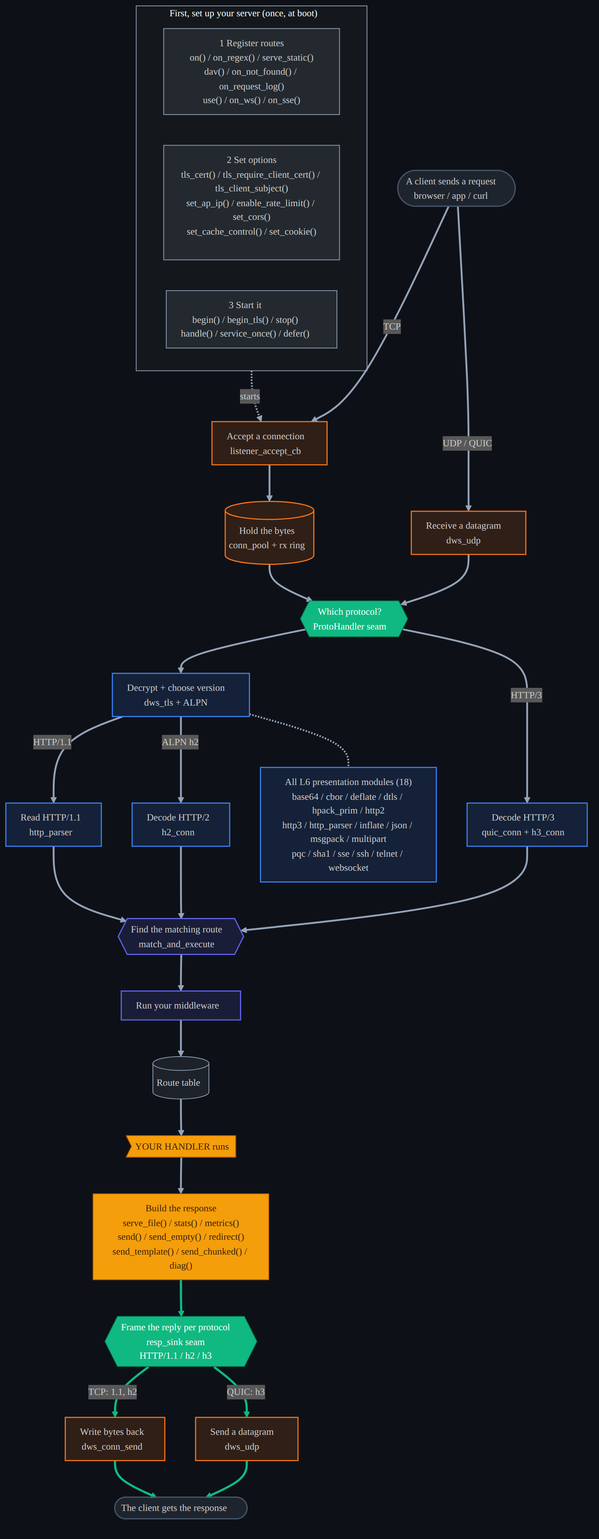
This is docs/diagrams/api_flow_detail.dark.png from dstroy0/DeterministicESPAsyncWebServer, a Mermaid export, as it was before one commit. Its source is kept beside it as docs/diagrams/api_flow_detail.mmd.
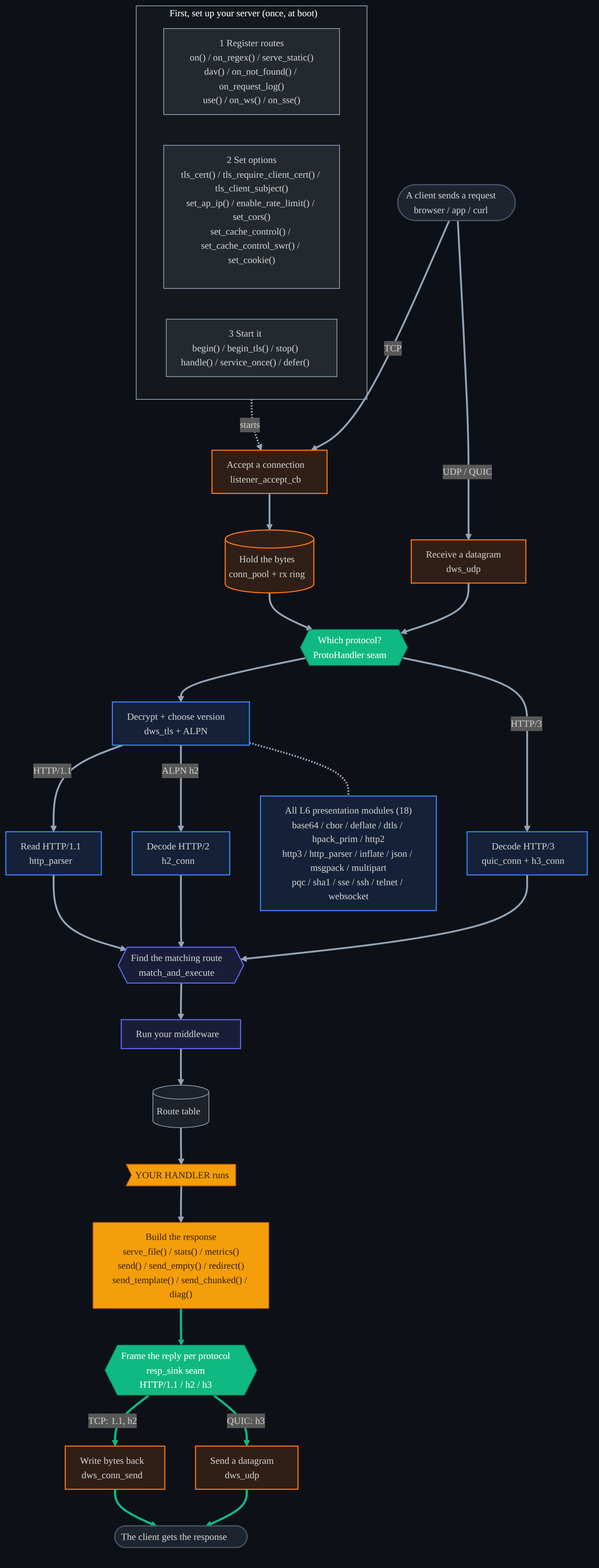
After the commit.

The edit, as a diff of the source:
```diff
@@ -3,7 +3,7 @@
   subgraph SETUP["First, set up your server (once, at boot)"]
     direction LR
     reg["1 Register routes<br/>on() / on_regex() / serve_static()<br/>dav() / on_not_found() / on_request_log()<br/>use() / on_ws() / on_sse()"]
-    cfg["2 Set options<br/>tls_cert() / tls_require_client_cert() / tls_client_subject()<br/>set_ap_ip() / enable_rate_limit() / set_cors()<br/>set_cache_control() / set_cookie()"]
+    cfg["2 Set options<br/>tls_cert() / tls_require_client_cert() / tls_client_subject()<br/>set_ap_ip() / enable_rate_limit() / set_cors()<br/>set_cache_control() / set_cache_control_swr() / set_cookie()"]
     run["3 Start it<br/>begin() / begin_tls() / stop()<br/>handle() / service_once() / defer()"]
   end
 
```
